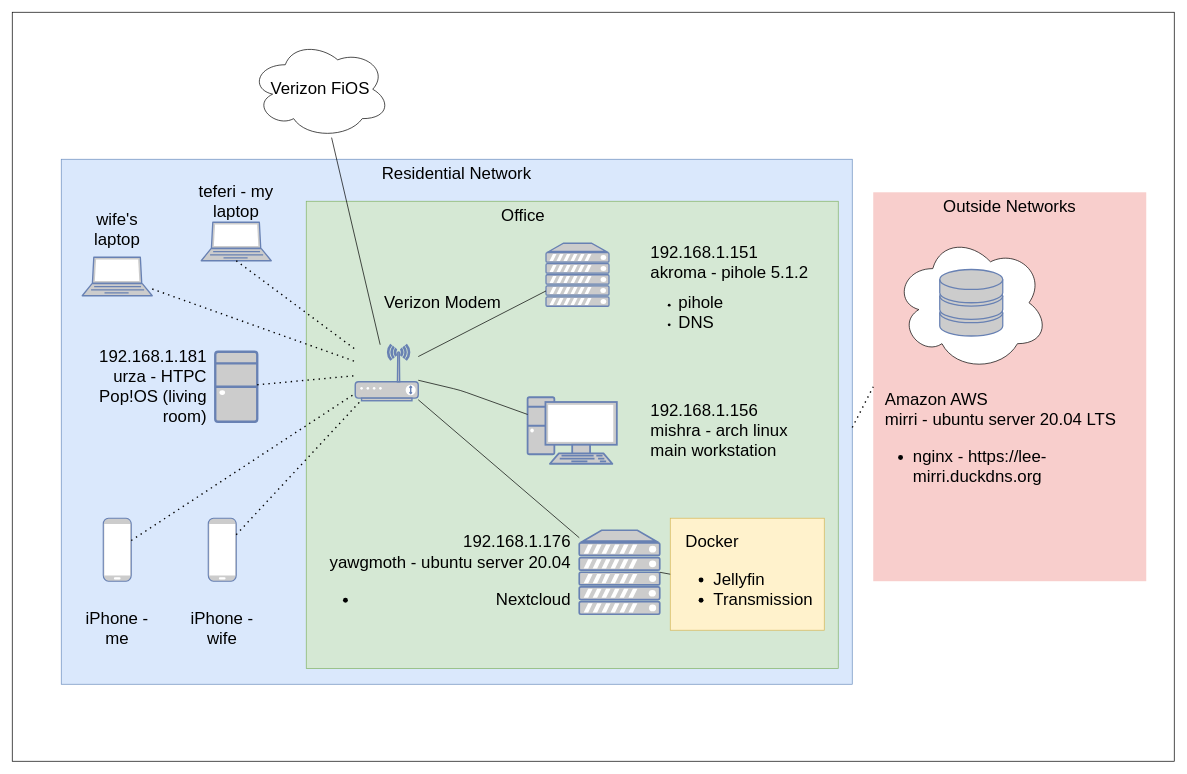
Aezon22/main keeps this draw.io diagram as Untitled Diagram.drawio. Above is the earlier version. Source tidied: cells renumbered, new cells numbered last; positions are measured from the earlier drawing's top-left corner, leaving out a move shared by most shapes. Both pictures are drawn from the tidied source at 70%, with x=0, y=0 at pixel (12, 12).
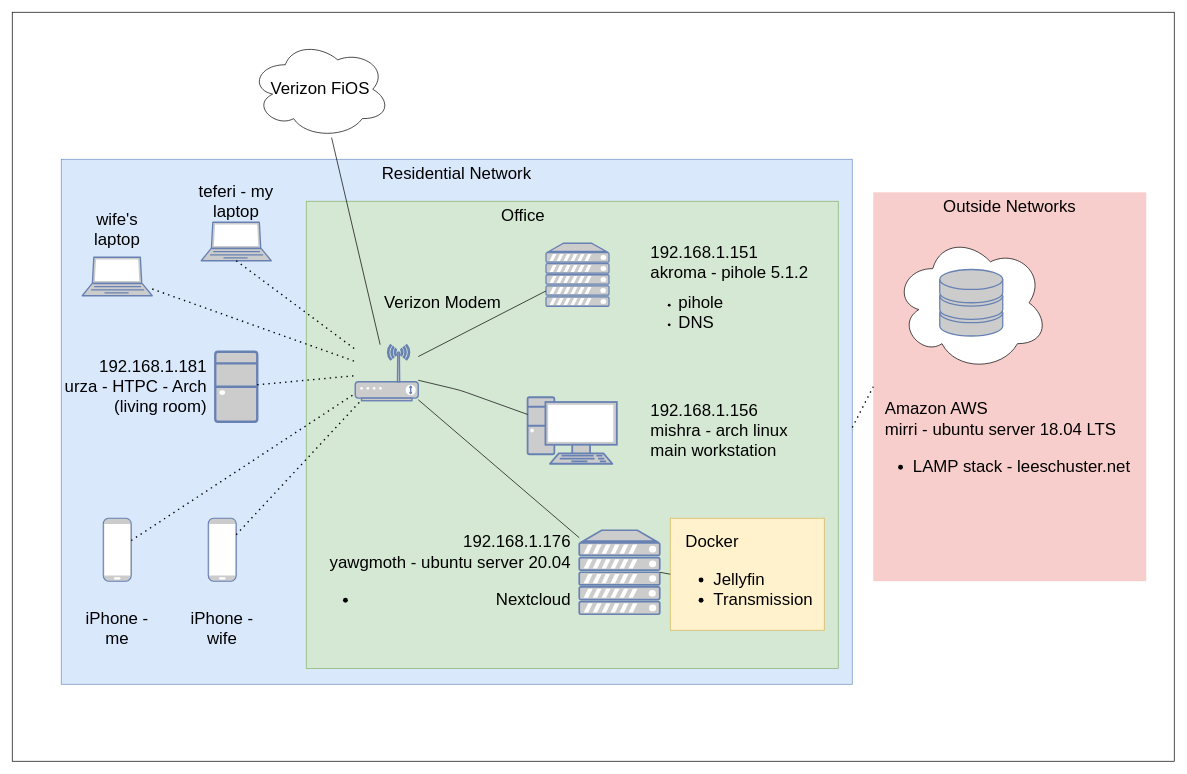
The same page after the edit.

What changed in the source:
```diff
@@
-    <mxCell id="29" value="&lt;div style=&quot;font-size: 24px&quot; align=&quot;right&quot;&gt;&lt;font style=&quot;font-size: 24px&quot;&gt;192.168.1.181&lt;br&gt;&lt;/font&gt;&lt;/div&gt;&lt;div style=&quot;font-size: 24px&quot; align=&quot;right&quot;&gt;&lt;font style=&quot;font-size: 24px&quot;&gt;urza - HTPC Pop!OS (living room)&lt;/font&gt;&lt;/div&gt;" style="text;html=1;strokeColor=none;fillColor=none;align=right;verticalAlign=middle;whiteSpace=wrap;rounded=0;fontSize=14;" parent="1" vertex="1">
+    <mxCell id="29" value="&lt;div style=&quot;font-size: 24px&quot; align=&quot;right&quot;&gt;&lt;font style=&quot;font-size: 24px&quot;&gt;192.168.1.181&lt;br&gt;&lt;/font&gt;&lt;/div&gt;&lt;div style=&quot;font-size: 24px&quot; align=&quot;right&quot;&gt;&lt;font style=&quot;font-size: 24px&quot;&gt;urza - HTPC - Arch (living room)&lt;/font&gt;&lt;/div&gt;" style="text;html=1;strokeColor=none;fillColor=none;align=right;verticalAlign=middle;whiteSpace=wrap;rounded=0;fontSize=14;" parent="1" vertex="1">
       <mxGeometry x="60" y="470" width="220" height="130" as="geometry" />
     </mxCell>
@@
-    <mxCell id="38" value="&lt;div align=&quot;left&quot;&gt;&lt;font style=&quot;font-size: 24px&quot;&gt;Amazon AWS&lt;/font&gt;&lt;/div&gt;&lt;div align=&quot;left&quot;&gt;&lt;font style=&quot;font-size: 24px&quot;&gt; mirri - &lt;/font&gt;&lt;font style=&quot;font-size: 24px&quot;&gt;&lt;font style=&quot;font-size: 24px&quot;&gt;ubuntu server 20.04 LTS&lt;br&gt;&lt;/font&gt;&lt;/font&gt;&lt;/div&gt;&lt;div align=&quot;left&quot;&gt;&lt;ul style=&quot;font-size: 24px&quot;&gt;&lt;li&gt;nginx - &lt;font style=&quot;font-size: 24px&quot;&gt;https://lee-mirri.duckdns.org&lt;/font&gt;&lt;/li&gt;&lt;/ul&gt;&lt;/div&gt;" style="text;html=1;strokeColor=none;fillColor=none;align=left;verticalAlign=middle;whiteSpace=wrap;rounded=0;fontSize=14;" parent="1" vertex="1">
+    <mxCell id="38" value="&lt;div align=&quot;left&quot;&gt;&lt;font style=&quot;font-size: 24px&quot;&gt;Amazon AWS&lt;/font&gt;&lt;/div&gt;&lt;div align=&quot;left&quot;&gt;&lt;font style=&quot;font-size: 24px&quot;&gt; mirri - &lt;/font&gt;&lt;font style=&quot;font-size: 24px&quot;&gt;&lt;font style=&quot;font-size: 24px&quot;&gt;ubuntu server 18.04 LTS&lt;br&gt;&lt;/font&gt;&lt;/font&gt;&lt;/div&gt;&lt;div align=&quot;left&quot;&gt;&lt;ul style=&quot;font-size: 24px&quot;&gt;&lt;li&gt;LAMP stack - leeschuster.net&lt;/li&gt;&lt;/ul&gt;&lt;/div&gt;" style="text;html=1;strokeColor=none;fillColor=none;align=left;verticalAlign=middle;whiteSpace=wrap;rounded=0;fontSize=14;" parent="1" vertex="1">
       <mxGeometry x="1245" y="475" width="360" height="290" as="geometry" />
     </mxCell>
```
